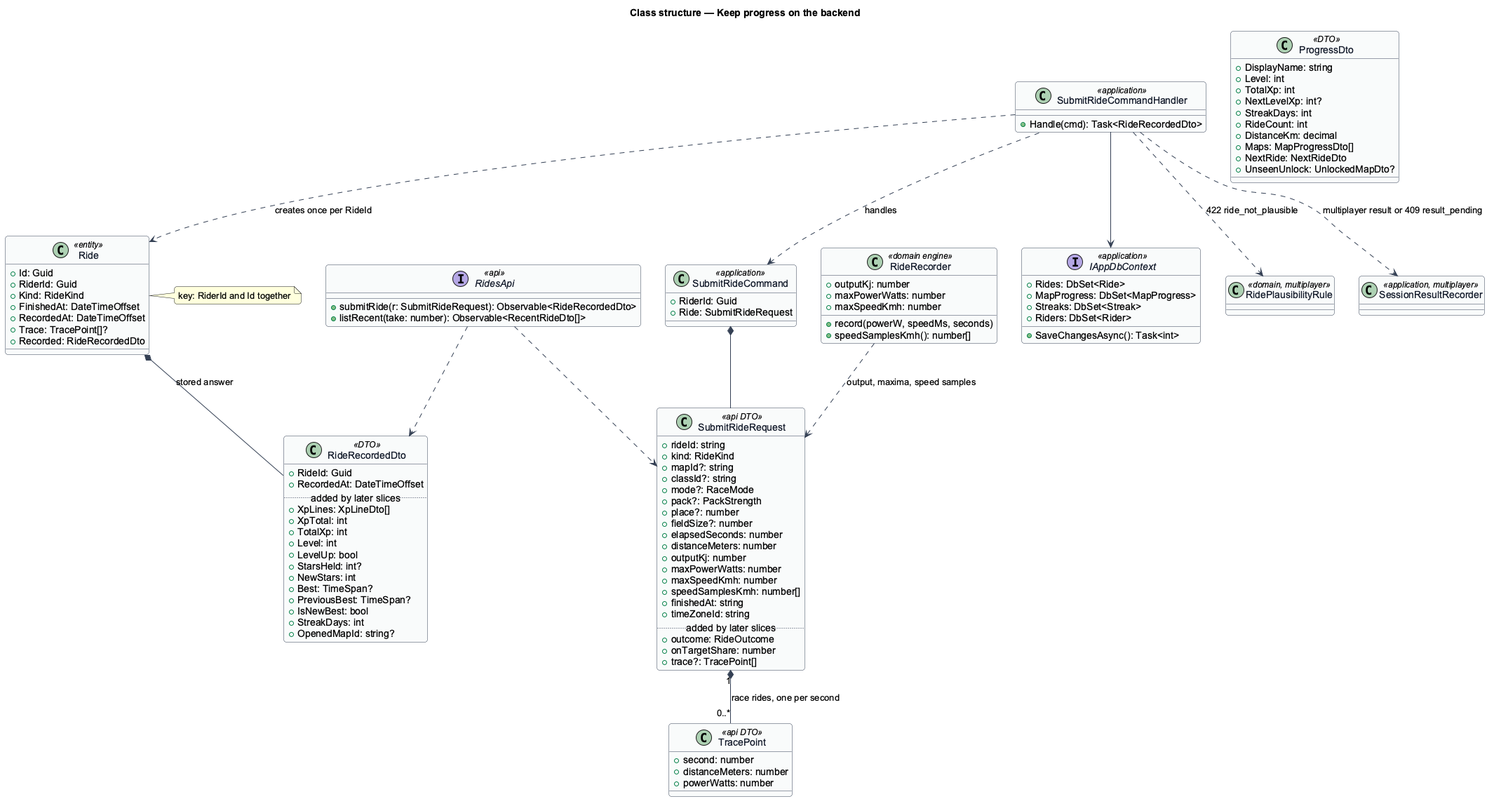
Before: docs/detailed-designs/progression/keep-progress-on-the-backend/diagrams/class-structure.png, a diagram exported from PlantUML (QuinntyneBrown/ride-one).
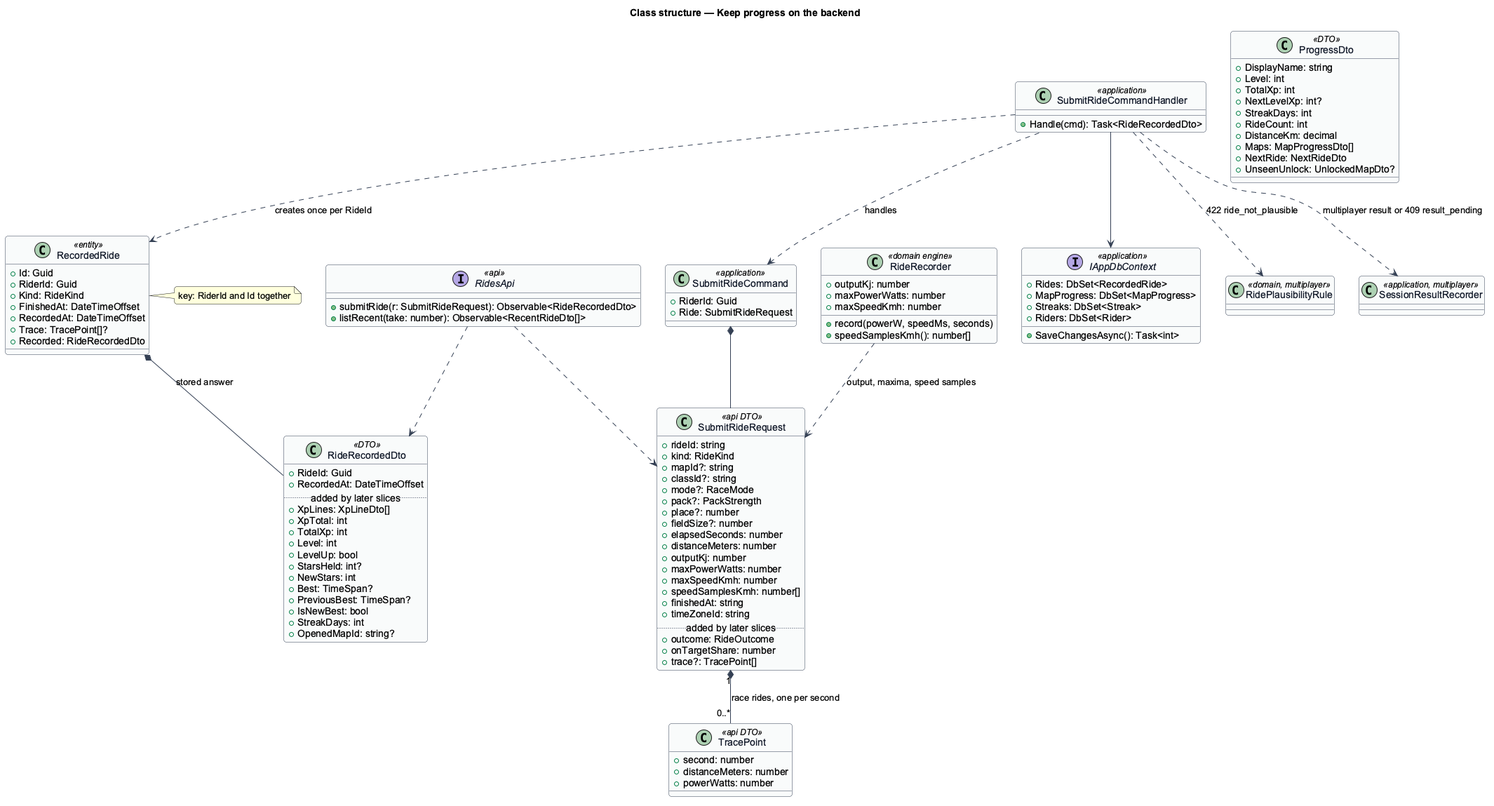
After the commit.

Diff of the diagram source:
```diff
@@ -51,7 +51,7 @@
 class SubmitRideCommandHandler <<application>> {
   +Handle(cmd): Task<RideRecordedDto>
 }
-class Ride <<entity>> {
+class RecordedRide <<entity>> {
   +Id: Guid
   +RiderId: Guid
   +Kind: RideKind
@@ -60,7 +60,7 @@
   +Trace: TracePoint[]?
   +Recorded: RideRecordedDto
 }
-note right of Ride : key: RiderId and Id together
+note right of RecordedRide : key: RiderId and Id together
 class RideRecordedDto <<DTO>> {
   +RideId: Guid
   +RecordedAt: DateTimeOffset
@@ -91,7 +91,7 @@
   +UnseenUnlock: UnlockedMapDto?
 }
 interface IAppDbContext <<application>> {
-  +Rides: DbSet<Ride>
+  +Rides: DbSet<RecordedRide>
   +MapProgress: DbSet<MapProgress>
   +Streaks: DbSet<Streak>
   +Riders: DbSet<Rider>
@@ -109,8 +109,8 @@
 SubmitRideCommandHandler ..> SessionResultRecorder : multiplayer result or 409 result_pending
 class RidePlausibilityRule <<domain, multiplayer>>
 class SessionResultRecorder <<application, multiplayer>>
-SubmitRideCommandHandler ..> Ride : creates once per RideId
-Ride *-- RideRecordedDto : stored answer
+SubmitRideCommandHandler ..> RecordedRide : creates once per RideId
+RecordedRide *-- RideRecordedDto : stored answer
 RideRecorder ..> SubmitRideRequest : output, maxima, speed samples
 RidesApi ..> SubmitRideRequest
 RidesApi ..> RideRecordedDto
```
